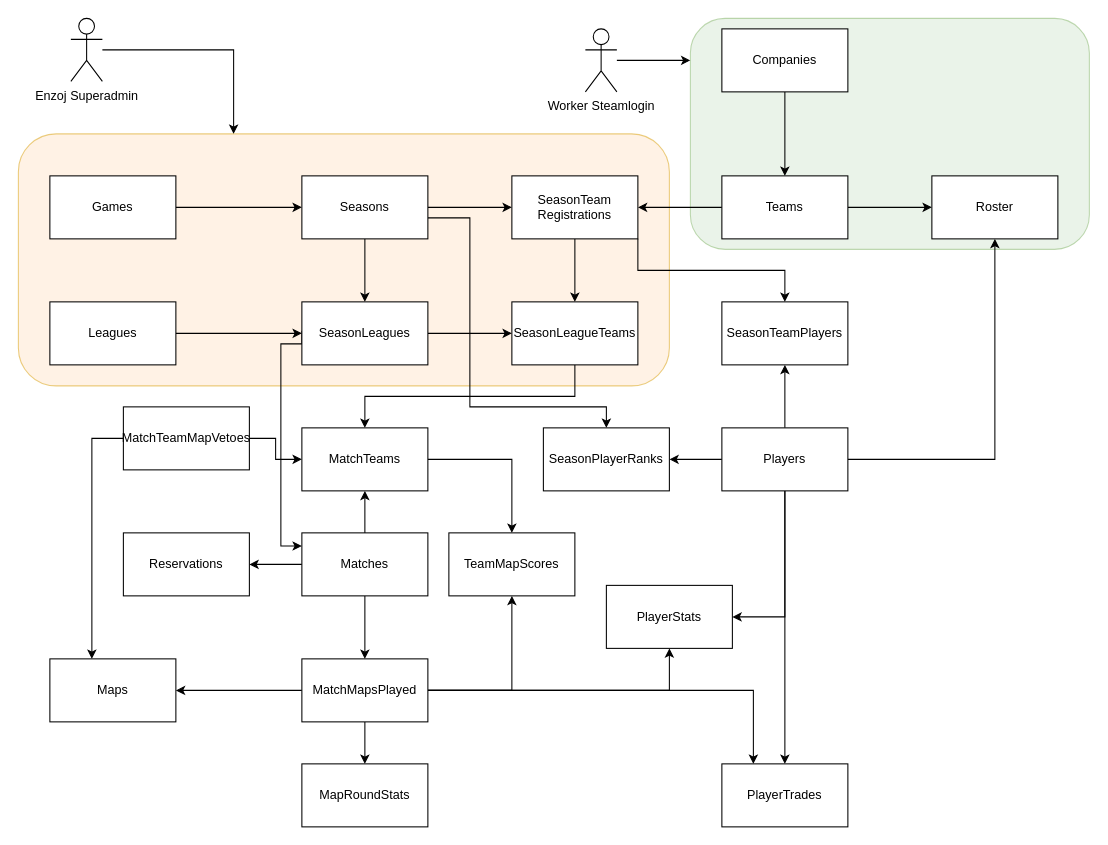
Earlier version of the draw.io diagram docs/kanastats.drawio (sebazai/eggosystem). Source tidied: cells renumbered, new cells numbered last; positions are measured from the earlier drawing's top-left corner, leaving out a move shared by most shapes. Both pictures are drawn from the tidied source at 105%, with x=0, y=0 at pixel (18, 18).
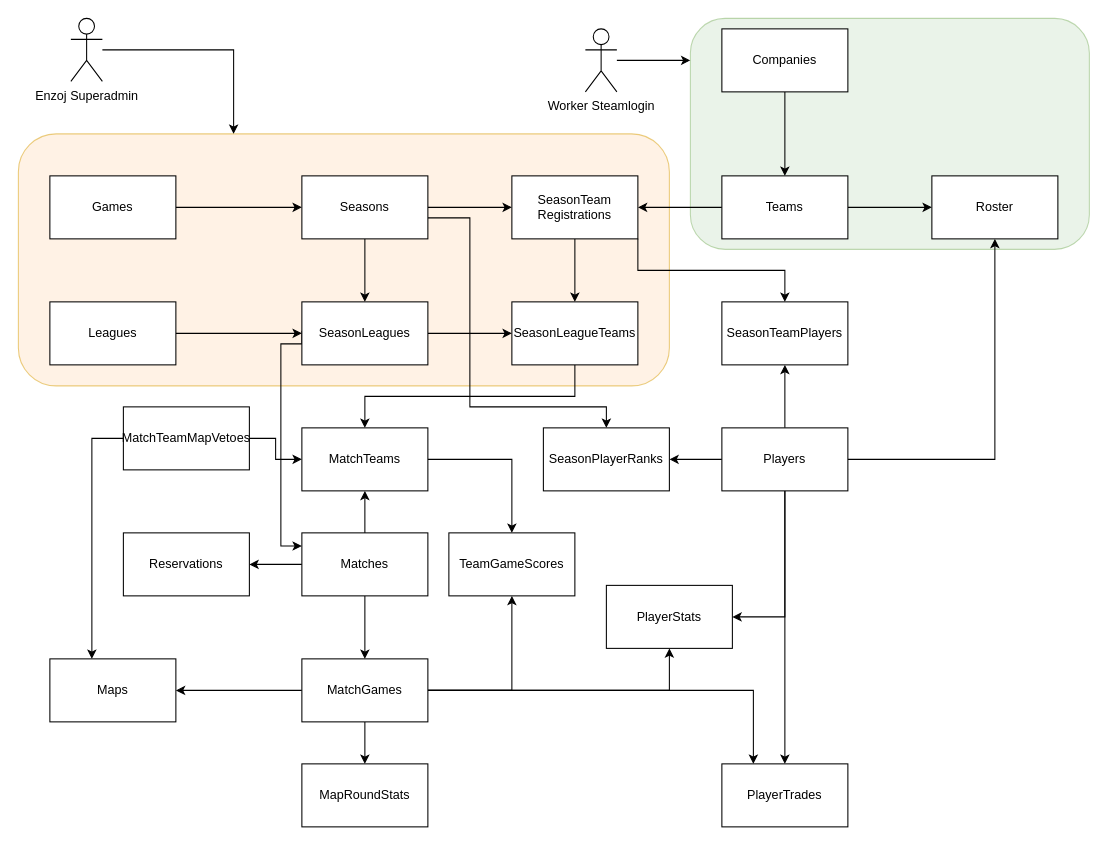
After the change.

What changed in the source:
```diff
@@
-    <mxCell id="48" value="MatchMapsPlayed" style="rounded=0;whiteSpace=wrap;html=1;" parent="1" vertex="1">
+    <mxCell id="48" value="MatchGames" style="rounded=0;whiteSpace=wrap;html=1;" parent="1" vertex="1">
       <mxGeometry x="270" y="610" width="120" height="60" as="geometry" />
     </mxCell>
@@
-    <mxCell id="54" value="TeamMapScores" style="rounded=0;whiteSpace=wrap;html=1;" parent="1" vertex="1">
+    <mxCell id="54" value="TeamGameScores" style="rounded=0;whiteSpace=wrap;html=1;" parent="1" vertex="1">
       <mxGeometry x="410" y="490" width="120" height="60" as="geometry" />
     </mxCell>
```
